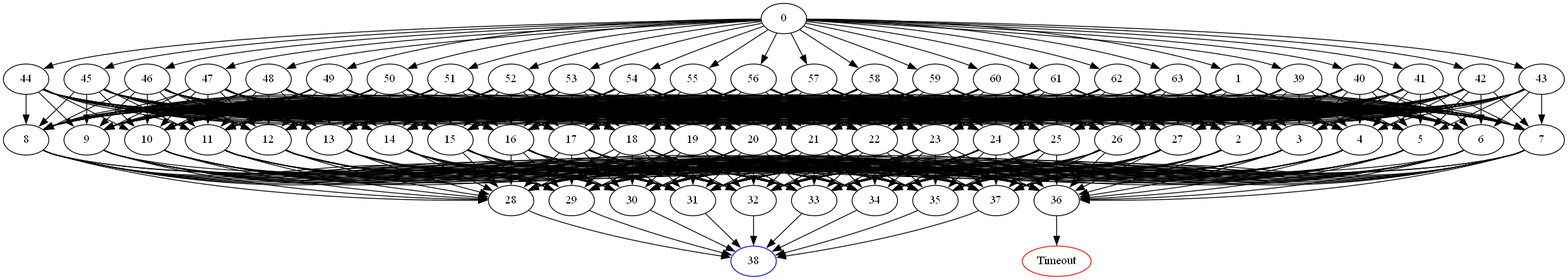
Above: DomainPicture/go61s.00498.comdirected_graph.png in Asikl/MazeMapper (Graphviz), before the change. Its source is kept beside it as DomainPicture/go61s.00498.comdirected_graph.dot.
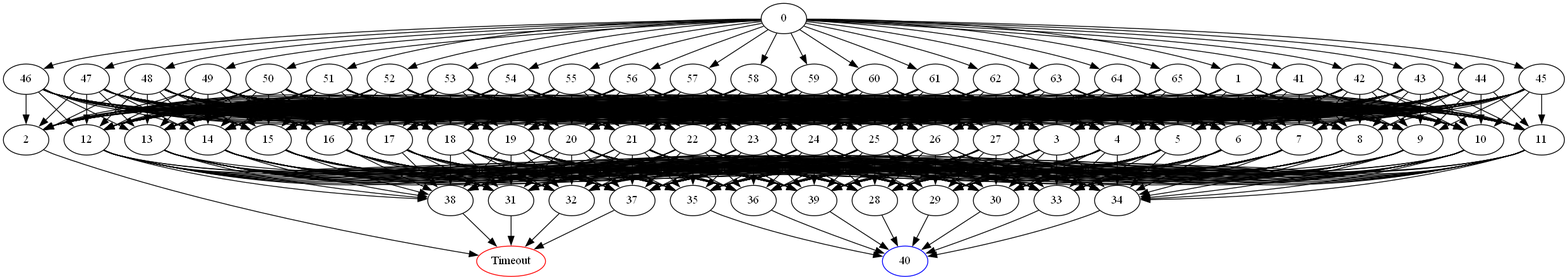
After the change.

Diff of the diagram source:
```diff
@@ -1,7 +1,5 @@
 digraph G {
 	0 -> 1;
-	0 -> 39;
-	0 -> 40;
 	0 -> 41;
 	0 -> 42;
 	0 -> 43;
@@ -25,6 +23,8 @@
 	0 -> 61;
 	0 -> 62;
 	0 -> 63;
+	0 -> 64;
+	0 -> 65;
 	1 -> 2;
 	1 -> 3;
 	1 -> 4;
@@ -51,16 +51,8 @@
 	1 -> 25;
 	1 -> 26;
 	1 -> 27;
-	2 -> 28;
-	2 -> 29;
-	2 -> 30;
-	2 -> 31;
-	2 -> 32;
-	2 -> 33;
-	2 -> 34;
-	2 -> 35;
-	2 -> 36;
-	2 -> 37;
+	2 -> "Timeout";
+Timeout [color=red];
 	3 -> 28;
 	3 -> 29;
 	3 -> 30;
@@ -71,6 +63,8 @@
 	3 -> 35;
 	3 -> 36;
 	3 -> 37;
+	3 -> 38;
+	3 -> 39;
 	4 -> 28;
 	4 -> 29;
 	4 -> 30;
@@ -81,6 +75,8 @@
 	4 -> 35;
 	4 -> 36;
 	4 -> 37;
+	4 -> 38;
+	4 -> 39;
 	5 -> 28;
 	5 -> 29;
 	5 -> 30;
@@ -91,6 +87,8 @@
 	5 -> 35;
 	5 -> 36;
 	5 -> 37;
+	5 -> 38;
+	5 -> 39;
 	6 -> 28;
 	6 -> 29;
 	6 -> 30;
@@ -101,6 +99,8 @@
 	6 -> 35;
 	6 -> 36;
 	6 -> 37;
+	6 -> 38;
+	6 -> 39;
 	7 -> 28;
 	7 -> 29;
 	7 -> 30;
@@ -111,6 +111,8 @@
 	7 -> 35;
 	7 -> 36;
 	7 -> 37;
+	7 -> 38;
+	7 -> 39;
 	8 -> 28;
 	8 -> 29;
 	8 -> 30;
@@ -121,6 +123,8 @@
 	8 -> 35;
 	8 -> 36;
 	8 -> 37;
+	8 -> 38;
+	8 -> 39;
 	9 -> 28;
 	9 -> 29;
 	9 -> 30;
@@ -131,6 +135,8 @@
 	9 -> 35;
 	9 -> 36;
 	9 -> 37;
+	9 -> 38;
+	9 -> 39;
 	10 -> 28;
 	10 -> 29;
 	10 -> 30;
@@ -141,6 +147,8 @@
 	10 -> 35;
 	10 -> 36;
 	10 -> 37;
+	10 -> 38;
+	10 -> 39;
 	11 -> 28;
 	11 -> 29;
 	11 -> 30;
@@ -151,6 +159,8 @@
 	11 -> 35;
 	11 -> 36;
 	11 -> 37;
+	11 -> 38;
+	11 -> 39;
 	12 -> 28;
 	12 -> 29;
 	12 -> 30;
@@ -161,6 +171,8 @@
 	12 -> 35;
 	12 -> 36;
 	12 -> 37;
+	12 -> 38;
+	12 -> 39;
 	13 -> 28;
 	13 -> 29;
 	13 -> 30;
@@ -171,6 +183,8 @@
 	13 -> 35;
 	13 -> 36;
 	13 -> 37;
+	13 -> 38;
+	13 -> 39;
 	14 -> 28;
 	14 -> 29;
 	14 -> 30;
@@ -181,6 +195,8 @@
 	14 -> 35;
 	14 -> 36;
 	14 -> 37;
+	14 -> 38;
+	14 -> 39;
 	15 -> 28;
 	15 -> 29;
 	15 -> 30;
@@ -191,6 +207,8 @@
 	15 -> 35;
 	15 -> 36;
 	15 -> 37;
+	15 -> 38;
+	15 -> 39;
 	16 -> 28;
 	16 -> 29;
 	16 -> 30;
@@ -201,6 +219,8 @@
 	16 -> 35;
 	16 -> 36;
 	16 -> 37;
+	16 -> 38;
+	16 -> 39;
 	17 -> 28;
 	17 -> 29;
 	17 -> 30;
@@ -211,6 +231,8 @@
 	17 -> 35;
 	17 -> 36;
 	17 -> 37;
+	17 -> 38;
+	17 -> 39;
 	18 -> 28;
 	18 -> 29;
 	18 -> 30;
@@ -221,6 +243,8 @@
 	18 -> 35;
 	18 -> 36;
 	18 -> 37;
+	18 -> 38;
+	18 -> 39;
 	19 -> 28;
 	19 -> 29;
 	19 -> 30;
@@ -231,6 +255,8 @@
 	19 -> 35;
 	19 -> 36;
 	19 -> 37;
+	19 -> 38;
+	19 -> 39;
 	20 -> 28;
 	20 -> 29;
 	20 -> 30;
@@ -241,6 +267,8 @@
 	20 -> 35;
 	20 -> 36;
 	20 -> 37;
+	20 -> 38;
+	20 -> 39;
 	21 -> 28;
 	21 -> 29;
 	21 -> 30;
@@ -251,6 +279,8 @@
 	21 -> 35;
 	21 -> 36;
 	21 -> 37;
+	21 -> 38;
+	21 -> 39;
 	22 -> 28;
 	22 -> 29;
 	22 -> 30;
@@ -261,6 +291,8 @@
 	22 -> 35;
 	22 -> 36;
 	22 -> 37;
+	22 -> 38;
+	22 -> 39;
 	23 -> 28;
 	23 -> 29;
 	23 -> 30;
@@ -271,6 +303,8 @@
 	23 -> 35;
 	23 -> 36;
 	23 -> 37;
+	23 -> 38;
+	23 -> 39;
 	24 -> 28;
 	24 -> 29;
 	24 -> 30;
@@ -281,6 +315,8 @@
 	24 -> 35;
 	24 -> 36;
 	24 -> 37;
+	24 -> 38;
+	24 -> 39;
 	25 -> 28;
 	25 -> 29;
 	25 -> 30;
@@ -291,6 +327,8 @@
 	25 -> 35;
 	25 -> 36;
 	25 -> 37;
+	25 -> 38;
+	25 -> 39;
 	26 -> 28;
 	26 -> 29;
 	26 -> 30;
@@ -301,6 +339,8 @@
 	26 -> 35;
 	26 -> 36;
 	26 -> 37;
+	26 -> 38;
+	26 -> 39;
 	27 -> 28;
 	27 -> 29;
 	27 -> 30;
@@ -311,78 +351,32 @@
 	27 -> 35;
 	27 -> 36;
 	27 -> 37;
-	28 -> "38";
-38 [color=blue];
-	29 -> "38";
-38 [color=blue];
-	30 -> "38";
-38 [color=blue];
-	31 -> "38";
-38 [color=blue];
-	32 -> "38";
-38 [color=blue];
-	33 -> "38";
-38 [color=blue];
-	34 -> "38";
-38 [color=blue];
-	35 -> "38";
-38 [color=blue];
-	36 -> "Timeout";
+	27 -> 38;
+	27 -> 39;
+	28 -> "40";
+40 [color=blue];
+	29 -> "40";
+40 [color=blue];
+	30 -> "40";
+40 [color=blue];
+	31 -> "Timeout";
 Timeout [color=red];
-	37 -> "38";
-38 [color=blue];
-	39 -> 2;
-	39 -> 3;
-	39 -> 4;
-	39 -> 5;
-	39 -> 6;
-	39 -> 7;
-	39 -> 8;
-	39 -> 9;
-	39 -> 10;
-	39 -> 11;
-	39 -> 12;
-	39 -> 13;
-	39 -> 14;
-	39 -> 15;
-	39 -> 16;
-	39 -> 17;
-	39 -> 18;
-	39 -> 19;
-	39 -> 20;
-	39 -> 21;
-	39 -> 22;
-	39 -> 23;
-	39 -> 24;
-	39 -> 25;
-	39 -> 26;
-	39 -> 27;
-	40 -> 2;
-	40 -> 3;
-	40 -> 4;
-	40 -> 5;
-	40 -> 6;
-	40 -> 7;
-	40 -> 8;
-	40 -> 9;
-	40 -> 10;
-	40 -> 11;
-	40 -> 12;
-	40 -> 13;
-	40 -> 14;
-	40 -> 15;
-	40 -> 16;
-	40 -> 17;
-	40 -> 18;
-	40 -> 19;
-	40 -> 20;
-	40 -> 21;
-	40 -> 22;
-	40 -> 23;
-	40 -> 24;
-	40 -> 25;
-	40 -> 26;
-	40 -> 27;
+	32 -> "Timeout";
+Timeout [color=red];
+	33 -> "40";
+40 [color=blue];
+	34 -> "40";
+40 [color=blue];
+	35 -> "40";
+40 [color=blue];
+	36 -> "40";
+40 [color=blue];
+	37 -> "Timeout";
+Timeout [color=red];
+	38 -> "Timeout";
+Timeout [color=red];
+	39 -> "40";
+40 [color=blue];
 	41 -> 2;
 	41 -> 3;
 	41 -> 4;
@@ -981,4 +975,56 @@
 	63 -> 25;
 	63 -> 26;
 	63 -> 27;
+	64 -> 2;
+	64 -> 3;
+	64 -> 4;
+	64 -> 5;
+	64 -> 6;
+	64 -> 7;
+	64 -> 8;
+	64 -> 9;
+	64 -> 10;
+	64 -> 11;
+	64 -> 12;
+	64 -> 13;
+	64 -> 14;
+	64 -> 15;
+	64 -> 16;
+	64 -> 17;
+	64 -> 18;
+	64 -> 19;
+	64 -> 20;
+	64 -> 21;
+	64 -> 22;
+	64 -> 23;
+	64 -> 24;
+	64 -> 25;
+	64 -> 26;
+	64 -> 27;
+	65 -> 2;
+	65 -> 3;
+	65 -> 4;
+	65 -> 5;
+	65 -> 6;
+	65 -> 7;
+	65 -> 8;
+	65 -> 9;
+	65 -> 10;
+	65 -> 11;
+	65 -> 12;
+	65 -> 13;
+	65 -> 14;
+	65 -> 15;
+	65 -> 16;
+	65 -> 17;
+	65 -> 18;
+	65 -> 19;
+	65 -> 20;
+	65 -> 21;
+	65 -> 22;
+	65 -> 23;
+	65 -> 24;
+	65 -> 25;
+	65 -> 26;
+	65 -> 27;
 }
```
